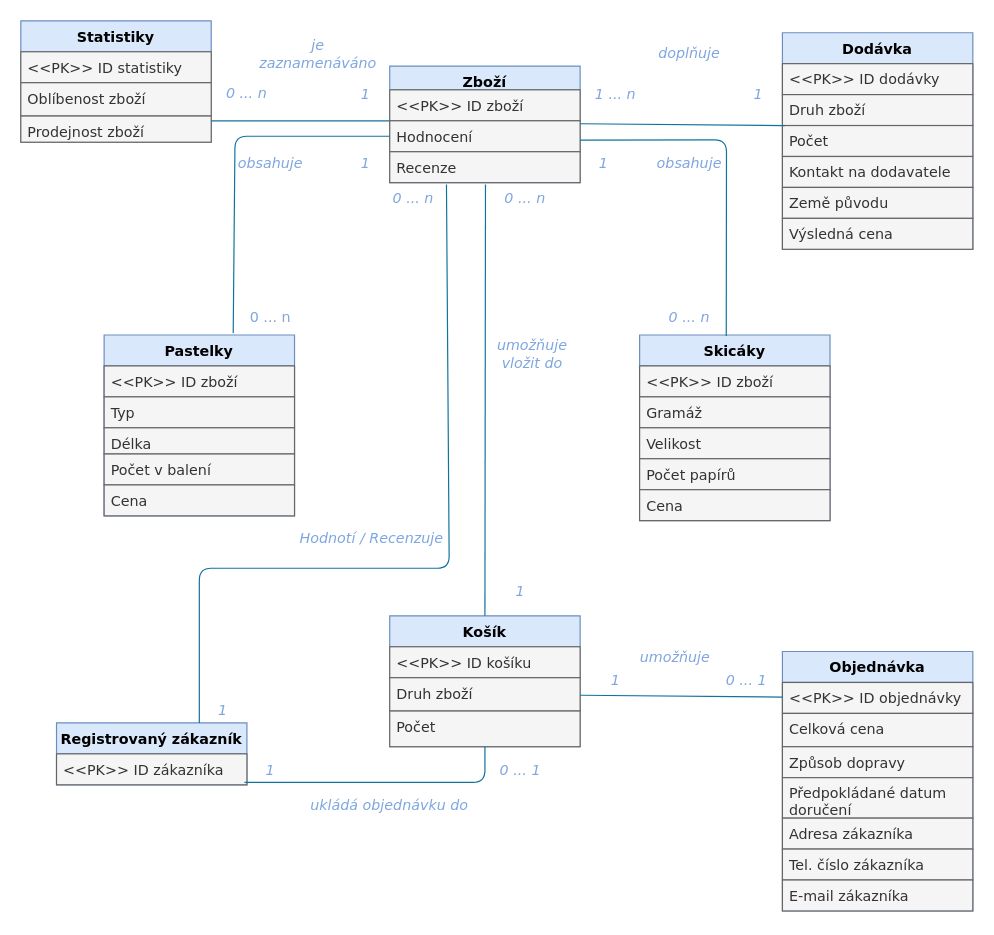
Before: ERdiagram.drawio in taiyo-harenohi/IUS, a draw.io diagram. Source tidied: cells renumbered, new cells numbered last; positions are measured from the earlier drawing's top-left corner, leaving out a move shared by most shapes. Both pictures are drawn from the tidied source at 119%, with x=0, y=0 at pixel (20, 20).
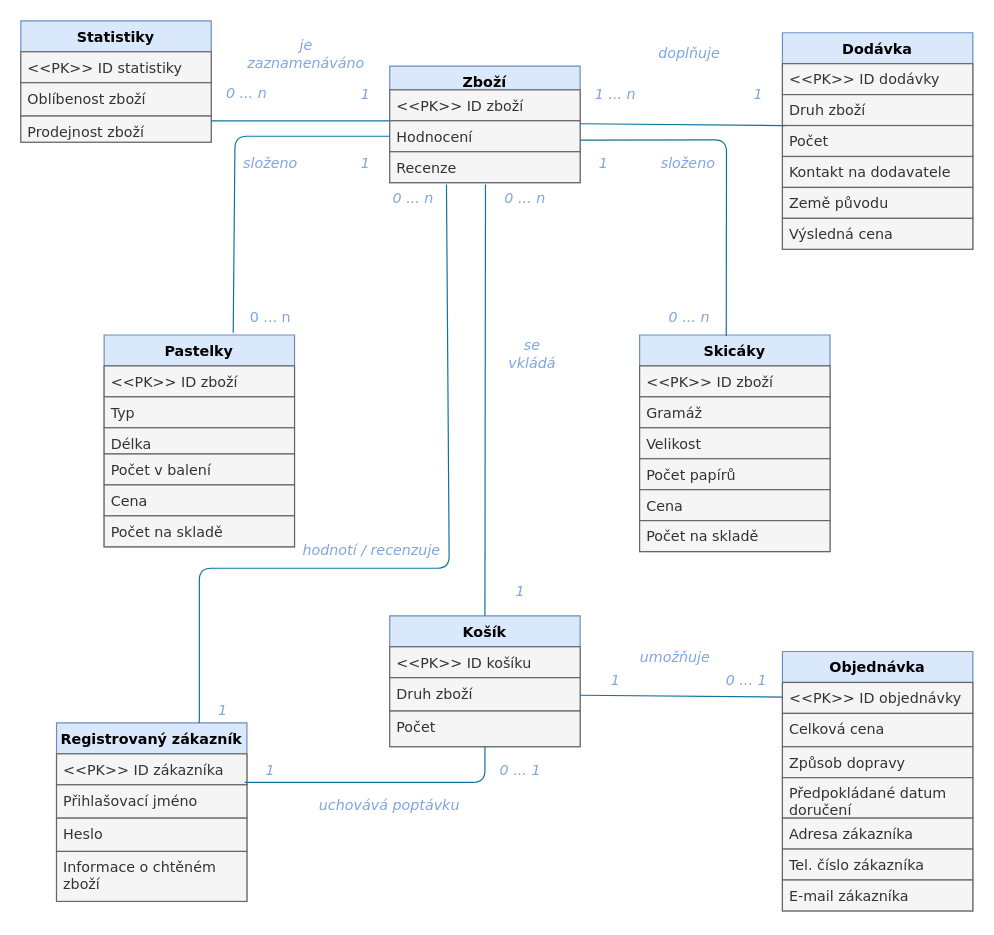
The same diagram, later.

Diff of the diagram source:
```diff
@@
     <mxCell id="6" value="Pastelky" style="swimlane;fontStyle=1;align=center;verticalAlign=top;horizontal=1;startSize=26;rounded=0;shadow=0;strokeWidth=1;fillColor=#dae8fc;strokeColor=#6c8ebf;fontFamily=Verdana;" parent="1" vertex="1">
-      <mxGeometry x="70" y="264" width="160" height="152" as="geometry" />
+      <mxGeometry x="70" y="264" width="160" height="178" as="geometry" />
     </mxCell>
@@
+    <mxCell id="76" value="Počet na skladě" style="text;align=left;verticalAlign=top;spacingLeft=4;spacingRight=4;overflow=hidden;fillColor=#f5f5f5;strokeColor=#666666;fontColor=#333333;fontFamily=Verdana;" parent="6" vertex="1">
+      <mxGeometry y="152" width="160" height="26" as="geometry" />
+    </mxCell>
     <mxCell id="12" value="Skicáky" style="swimlane;fontStyle=1;align=center;verticalAlign=top;horizontal=1;startSize=26;rounded=0;shadow=0;strokeWidth=1;fillColor=#dae8fc;strokeColor=#6c8ebf;fontFamily=Verdana;" parent="1" vertex="1">
-      <mxGeometry x="520" y="264" width="160" height="156" as="geometry" />
+      <mxGeometry x="520" y="264" width="160" height="182" as="geometry" />
     </mxCell>
@@
+    <mxCell id="77" value="Počet na skladě" style="text;align=left;verticalAlign=top;spacingLeft=4;spacingRight=4;overflow=hidden;fillColor=#f5f5f5;strokeColor=#666666;fontColor=#333333;fontFamily=Verdana;" parent="12" vertex="1">
+      <mxGeometry y="156" width="160" height="26" as="geometry" />
+    </mxCell>
@@
     <mxCell id="37" value="je zaznamenáváno" style="text;html=1;align=center;verticalAlign=middle;whiteSpace=wrap;rounded=0;fontFamily=Verdana;fontStyle=2;fontColor=#7EA6E0;" parent="1" vertex="1">
-      <mxGeometry x="230" y="18" width="40" height="20" as="geometry" />
+      <mxGeometry x="220" y="18" width="40" height="20" as="geometry" />
     </mxCell>
@@
-    <mxCell id="40" value="obsahuje" style="text;html=1;strokeColor=none;fillColor=none;align=center;verticalAlign=middle;whiteSpace=wrap;rounded=0;fontFamily=Verdana;fontColor=#7EA6E0;fontStyle=2;" parent="1" vertex="1">
+    <mxCell id="40" value="složeno" style="text;html=1;strokeColor=none;fillColor=none;align=center;verticalAlign=middle;whiteSpace=wrap;rounded=0;fontFamily=Verdana;fontColor=#7EA6E0;fontStyle=2;" parent="1" vertex="1">
       <mxGeometry x="190" y="110" width="40" height="20" as="geometry" />
     </mxCell>
@@
-    <mxCell id="43" value="obsahuje" style="text;html=1;strokeColor=none;fillColor=none;align=center;verticalAlign=middle;whiteSpace=wrap;rounded=0;fontFamily=Verdana;fontColor=#7EA6E0;fontStyle=2;" parent="1" vertex="1">
-      <mxGeometry x="542.4" y="110" width="40" height="20" as="geometry" />
+    <mxCell id="43" value="složeno" style="text;html=1;strokeColor=none;fillColor=none;align=center;verticalAlign=middle;whiteSpace=wrap;rounded=0;fontFamily=Verdana;fontColor=#7EA6E0;fontStyle=2;" parent="1" vertex="1">
+      <mxGeometry x="540" y="110" width="42.4" height="20" as="geometry" />
     </mxCell>
@@
-    <mxCell id="46" value="umožňuje vložit do" style="text;html=1;strokeColor=none;fillColor=none;align=center;verticalAlign=middle;whiteSpace=wrap;rounded=0;fontFamily=Verdana;fontStyle=2;fontColor=#7EA6E0;" parent="1" vertex="1">
+    <mxCell id="46" value="se vkládá" style="text;html=1;strokeColor=none;fillColor=none;align=center;verticalAlign=middle;whiteSpace=wrap;rounded=0;fontFamily=Verdana;fontStyle=2;fontColor=#7EA6E0;" parent="1" vertex="1">
       <mxGeometry x="410" y="270" width="40" height="20" as="geometry" />
     </mxCell>
@@
     <mxCell id="48" value="Registrovaný zákazník" style="swimlane;fontStyle=1;align=center;verticalAlign=top;horizontal=1;startSize=26;rounded=0;shadow=0;strokeWidth=1;fillColor=#dae8fc;strokeColor=#6c8ebf;fontFamily=Verdana;" parent="1" vertex="1">
-      <mxGeometry x="30" y="590" width="160" height="52" as="geometry" />
+      <mxGeometry x="30" y="590" width="160" height="150" as="geometry" />
     </mxCell>
@@
+    <mxCell id="78" value="Přihlašovací jméno" style="text;align=left;verticalAlign=top;spacingLeft=4;spacingRight=4;overflow=hidden;fillColor=#f5f5f5;strokeColor=#666666;fontColor=#333333;fontFamily=Verdana;" parent="48" vertex="1">
+      <mxGeometry y="52" width="160" height="28" as="geometry" />
+    </mxCell>
+    <mxCell id="79" value="Heslo" style="text;align=left;verticalAlign=top;spacingLeft=4;spacingRight=4;overflow=hidden;fillColor=#f5f5f5;strokeColor=#666666;fontColor=#333333;fontFamily=Verdana;" parent="48" vertex="1">
+      <mxGeometry y="80" width="160" height="28" as="geometry" />
+    </mxCell>
+    <mxCell id="80" value="Informace o chtěném &#10;zboží" style="text;align=left;verticalAlign=top;spacingLeft=4;spacingRight=4;overflow=hidden;fillColor=#f5f5f5;strokeColor=#666666;fontColor=#333333;fontFamily=Verdana;" parent="48" vertex="1">
+      <mxGeometry y="108" width="160" height="42" as="geometry" />
+    </mxCell>
@@
-    <mxCell id="60" value="ukládá objednávku do" style="text;html=1;strokeColor=none;fillColor=none;align=center;verticalAlign=middle;whiteSpace=wrap;rounded=0;fontFamily=Verdana;fontColor=#7EA6E0;fontStyle=2;" parent="1" vertex="1">
+    <mxCell id="60" value="uchovává poptávku" style="text;html=1;strokeColor=none;fillColor=none;align=center;verticalAlign=middle;whiteSpace=wrap;rounded=0;fontFamily=Verdana;fontColor=#7EA6E0;fontStyle=2;" parent="1" vertex="1">
       <mxGeometry x="240" y="650" width="140" height="20" as="geometry" />
     </mxCell>
@@
-    <mxCell id="66" value="Hodnotí / Recenzuje" style="text;html=1;strokeColor=none;fillColor=none;align=center;verticalAlign=middle;whiteSpace=wrap;rounded=0;fontFamily=Verdana;fontColor=#7EA6E0;fontStyle=2;" parent="1" vertex="1">
-      <mxGeometry x="230" y="420" width="130" height="30" as="geometry" />
+    <mxCell id="66" value="hodnotí / recenzuje" style="text;html=1;strokeColor=none;fillColor=none;align=center;verticalAlign=middle;whiteSpace=wrap;rounded=0;fontFamily=Verdana;fontColor=#7EA6E0;fontStyle=2;" parent="1" vertex="1">
+      <mxGeometry x="230" y="430" width="130" height="30" as="geometry" />
     </mxCell>
```
